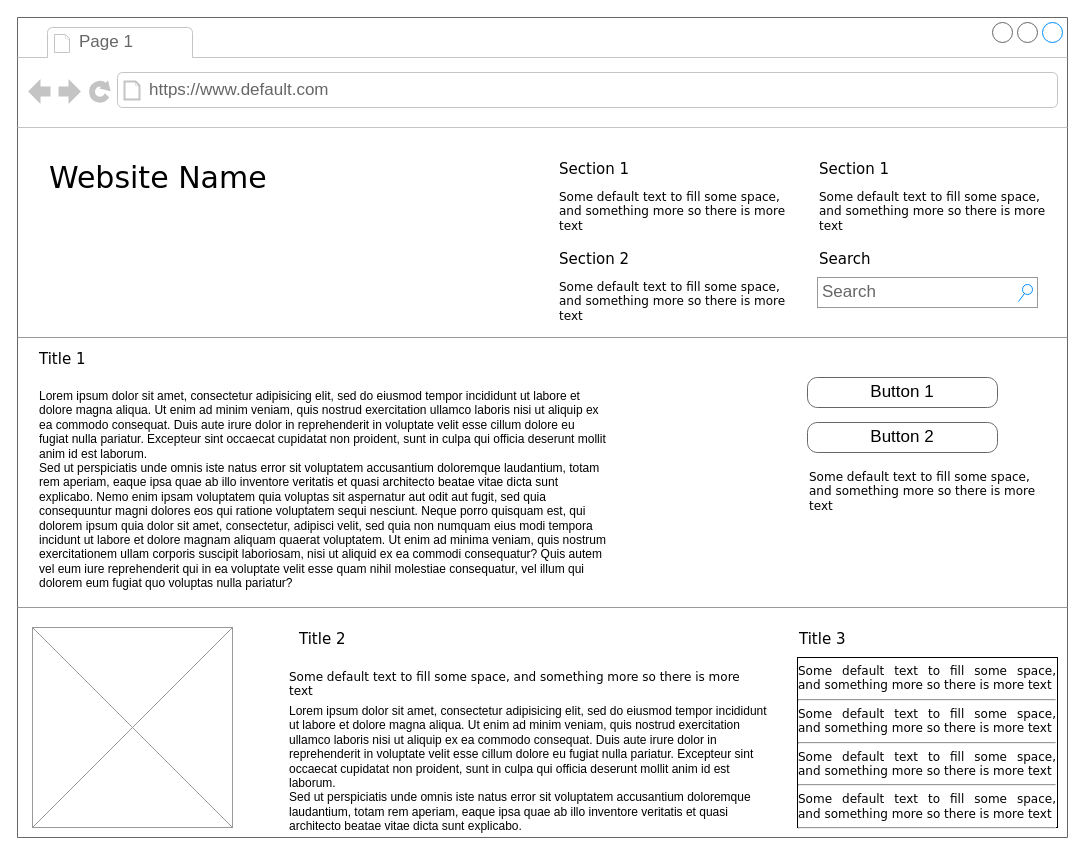
bernatDiaz/artefactos keeps this draw.io diagram as (Medico) Crear Paciente.drawio. Above is the earlier version. Source tidied: cells renumbered, new cells numbered last; positions are measured from the earlier drawing's top-left corner, leaving out a move shared by most shapes. Both pictures are drawn from the tidied source at 100%, with x=0, y=0 at pixel (17, 17).
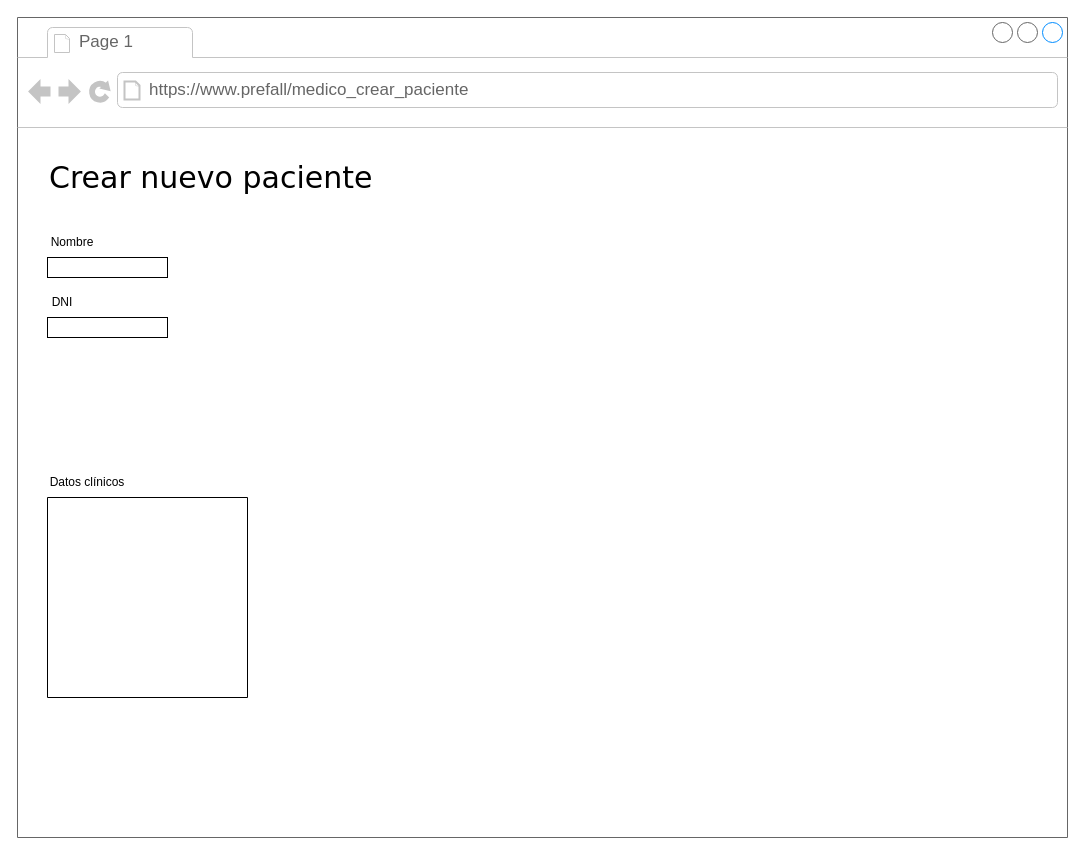
After the change.

The change refers to these unchanged cells:
```xml
<mxCell id="2" style="strokeWidth=1;shadow=0;dashed=0;align=center;html=1;shape=mxgraph.mockup.containers.browserWindow;rSize=0;strokeColor=#666666;mainText=,;rounded=0;labelBackgroundColor=none;fontFamily=Verdana;fontSize=12;" parent="1" vertex="1">
  <mxGeometry width="1050" height="820" as="geometry" />
</mxCell>
```

Diff of the diagram source:
```diff
@@
-    <mxCell id="4" value="https://www.default.com" style="strokeWidth=1;shadow=0;dashed=0;align=center;html=1;shape=mxgraph.mockup.containers.anchor;rSize=0;fontSize=17;fontColor=#666666;align=left;" parent="2" vertex="1">
+    <mxCell id="4" value="https://www.prefall/medico_crear_paciente" style="strokeWidth=1;shadow=0;dashed=0;align=center;html=1;shape=mxgraph.mockup.containers.anchor;rSize=0;fontSize=17;fontColor=#666666;align=left;" parent="2" vertex="1">
       <mxGeometry x="130" y="60" width="250" height="26" as="geometry" />
     </mxCell>
-    <mxCell id="5" value="Website Name" style="text;html=1;align=left;verticalAlign=top;spacingTop=-4;fontSize=30;fontFamily=Verdana;" parent="2" vertex="1">
+    <mxCell id="5" value="Crear nuevo paciente" style="text;html=1;align=left;verticalAlign=top;spacingTop=-4;fontSize=30;fontFamily=Verdana;" parent="2" vertex="1">
       <mxGeometry x="30" y="140" width="340" height="50" as="geometry" />
     </mxCell>
-    <mxCell id="6" value="Section 1" style="text;html=1;align=left;verticalAlign=top;spacingTop=-4;fontSize=15;fontFamily=Verdana;" parent="2" vertex="1">
-      <mxGeometry x="540" y="140" width="170" height="30" as="geometry" />
-    </mxCell>
-    <mxCell id="7" value="Some default text to fill some space, and&amp;nbsp;&lt;span&gt;something more so there is more text&lt;/span&gt;" style="text;html=1;align=left;verticalAlign=top;spacingTop=-4;fontSize=12;fontFamily=Verdana;whiteSpace=wrap;" parent="2" vertex="1">
-      <mxGeometry x="540" y="170" width="240" height="40" as="geometry" />
-    </mxCell>
-    <mxCell id="8" value="Section 2" style="text;html=1;align=left;verticalAlign=top;spacingTop=-4;fontSize=15;fontFamily=Verdana;" parent="2" vertex="1">
-      <mxGeometry x="540" y="230" width="170" height="30" as="geometry" />
-    </mxCell>
-    <mxCell id="9" value="Some default text to fill some space, and&amp;nbsp;&lt;span&gt;something more so there is more text&lt;/span&gt;" style="text;html=1;align=left;verticalAlign=top;spacingTop=-4;fontSize=12;fontFamily=Verdana;whiteSpace=wrap;" parent="2" vertex="1">
-      <mxGeometry x="540" y="260" width="240" height="40" as="geometry" />
-    </mxCell>
-    <mxCell id="10" value="Section 1" style="text;html=1;align=left;verticalAlign=top;spacingTop=-4;fontSize=15;fontFamily=Verdana;" parent="2" vertex="1">
-      <mxGeometry x="800" y="140" width="170" height="30" as="geometry" />
-    </mxCell>
-    <mxCell id="11" value="Some default text to fill some space, and&amp;nbsp;&lt;span&gt;something more so there is more text&lt;/span&gt;" style="text;html=1;align=left;verticalAlign=top;spacingTop=-4;fontSize=12;fontFamily=Verdana;whiteSpace=wrap;" parent="2" vertex="1">
-      <mxGeometry x="800" y="170" width="240" height="40" as="geometry" />
-    </mxCell>
-    <mxCell id="12" value="Search" style="text;html=1;align=left;verticalAlign=top;spacingTop=-4;fontSize=15;fontFamily=Verdana;" parent="2" vertex="1">
-      <mxGeometry x="800" y="230" width="170" height="30" as="geometry" />
-    </mxCell>
-    <mxCell id="13" value="Search" style="strokeWidth=1;shadow=0;dashed=0;align=center;html=1;shape=mxgraph.mockup.forms.searchBox;strokeColor=#999999;mainText=;strokeColor2=#008cff;fontColor=#666666;fontSize=17;align=left;spacingLeft=3;rounded=0;labelBackgroundColor=none;" parent="2" vertex="1">
-      <mxGeometry x="800" y="260" width="220" height="30" as="geometry" />
-    </mxCell>
-    <mxCell id="14" style="verticalLabelPosition=bottom;shadow=0;dashed=0;align=center;html=1;verticalAlign=top;strokeWidth=1;shape=mxgraph.mockup.markup.line;strokeColor=#999999;rounded=0;labelBackgroundColor=none;fillColor=#ffffff;fontFamily=Verdana;fontSize=12;fontColor=#000000;" parent="2" vertex="1">
-      <mxGeometry y="310" width="1050" height="20" as="geometry" />
-    </mxCell>
-    <mxCell id="15" value="Title 1" style="text;html=1;align=left;verticalAlign=top;spacingTop=-4;fontSize=15;fontFamily=Verdana;" parent="2" vertex="1">
-      <mxGeometry x="20" y="330" width="170" height="30" as="geometry" />
-    </mxCell>
-    <mxCell id="16" value="Lorem ipsum dolor sit amet, consectetur adipisicing elit, sed do eiusmod tempor incididunt ut labore et dolore magna aliqua. Ut enim ad minim veniam, quis nostrud exercitation ullamco laboris nisi ut aliquip ex ea commodo consequat. Duis aute irure dolor in reprehenderit in voluptate velit esse cillum dolore eu fugiat nulla pariatur. Excepteur sint occaecat cupidatat non proident, sunt in culpa qui officia deserunt mollit anim id est laborum.&#10;Sed ut perspiciatis unde omnis iste natus error sit voluptatem accusantium doloremque laudantium, totam rem aperiam, eaque ipsa quae ab illo inventore veritatis et quasi architecto beatae vitae dicta sunt explicabo. Nemo enim ipsam voluptatem quia voluptas sit aspernatur aut odit aut fugit, sed quia consequuntur magni dolores eos qui ratione voluptatem sequi nesciunt. Neque porro quisquam est, qui dolorem ipsum quia dolor sit amet, consectetur, adipisci velit, sed quia non numquam eius modi tempora incidunt ut labore et dolore magnam aliquam quaerat voluptatem. Ut enim ad minima veniam, quis nostrum exercitationem ullam corporis suscipit laboriosam, nisi ut aliquid ex ea commodi consequatur? Quis autem vel eum iure reprehenderit qui in ea voluptate velit esse quam nihil molestiae consequatur, vel illum qui dolorem eum fugiat quo voluptas nulla pariatur?" style="text;spacingTop=-5;whiteSpace=wrap;html=1;align=left;fontSize=12;fontFamily=Helvetica;fillColor=none;strokeColor=none;rounded=0;shadow=1;labelBackgroundColor=none;" parent="2" vertex="1">
-      <mxGeometry x="20" y="370" width="570" height="240" as="geometry" />
-    </mxCell>
-    <mxCell id="17" value="Button 1" style="strokeWidth=1;shadow=0;dashed=0;align=center;html=1;shape=mxgraph.mockup.buttons.button;strokeColor=#666666;mainText=;buttonStyle=round;fontSize=17;fontStyle=0;fillColor=none;whiteSpace=wrap;rounded=0;labelBackgroundColor=none;" parent="2" vertex="1">
-      <mxGeometry x="790" y="360" width="190" height="30" as="geometry" />
-    </mxCell>
-    <mxCell id="18" value="Button 2" style="strokeWidth=1;shadow=0;dashed=0;align=center;html=1;shape=mxgraph.mockup.buttons.button;strokeColor=#666666;mainText=;buttonStyle=round;fontSize=17;fontStyle=0;fillColor=none;whiteSpace=wrap;rounded=0;labelBackgroundColor=none;" parent="2" vertex="1">
-      <mxGeometry x="790" y="405" width="190" height="30" as="geometry" />
-    </mxCell>
-    <mxCell id="19" value="Some default text to fill some space, and&amp;nbsp;&lt;span&gt;something more so there is more text&lt;/span&gt;" style="text;html=1;align=left;verticalAlign=top;spacingTop=-4;fontSize=12;fontFamily=Verdana;whiteSpace=wrap;" parent="2" vertex="1">
-      <mxGeometry x="790" y="450" width="240" height="40" as="geometry" />
-    </mxCell>
-    <mxCell id="20" style="verticalLabelPosition=bottom;shadow=0;dashed=0;align=center;html=1;verticalAlign=top;strokeWidth=1;shape=mxgraph.mockup.markup.line;strokeColor=#999999;rounded=0;labelBackgroundColor=none;fillColor=#ffffff;fontFamily=Verdana;fontSize=12;fontColor=#000000;" parent="2" vertex="1">
-      <mxGeometry y="580" width="1050" height="20" as="geometry" />
-    </mxCell>
-    <mxCell id="21" style="verticalLabelPosition=bottom;shadow=0;dashed=0;align=center;html=1;verticalAlign=top;strokeWidth=1;shape=mxgraph.mockup.graphics.simpleIcon;strokeColor=#999999;fillColor=#ffffff;rounded=0;labelBackgroundColor=none;fontFamily=Verdana;fontSize=12;fontColor=#000000;" parent="2" vertex="1">
-      <mxGeometry x="15" y="610" width="200" height="200" as="geometry" />
-    </mxCell>
-    <mxCell id="22" value="Title 2" style="text;html=1;align=left;verticalAlign=top;spacingTop=-4;fontSize=15;fontFamily=Verdana;" parent="2" vertex="1">
-      <mxGeometry x="280" y="610" width="170" height="30" as="geometry" />
-    </mxCell>
-    <mxCell id="23" value="Title 3" style="text;html=1;align=left;verticalAlign=top;spacingTop=-4;fontSize=15;fontFamily=Verdana;" parent="2" vertex="1">
-      <mxGeometry x="780" y="610" width="170" height="30" as="geometry" />
-    </mxCell>
-    <mxCell id="24" value="&lt;div style=&quot;text-align: justify&quot;&gt;&lt;span&gt;Some default text to fill some space, and&amp;nbsp;&lt;/span&gt;&lt;span&gt;something more so there is more text&lt;/span&gt;&lt;/div&gt;&lt;div style=&quot;text-align: justify&quot;&gt;&lt;hr id=&quot;null&quot; style=&quot;text-align: justify&quot;&gt;&lt;span&gt;&lt;div style=&quot;text-align: justify&quot;&gt;&lt;span&gt;Some default text to fill some space, and&amp;nbsp;&lt;/span&gt;&lt;span&gt;something more so there is more text&lt;/span&gt;&lt;/div&gt;&lt;/span&gt;&lt;/div&gt;&lt;hr id=&quot;null&quot; style=&quot;text-align: justify&quot;&gt;&lt;span&gt;&lt;div style=&quot;text-align: justify&quot;&gt;&lt;span&gt;Some default text to fill some space, and&amp;nbsp;&lt;/span&gt;&lt;span&gt;something more so there is more text&lt;/span&gt;&lt;/div&gt;&lt;/span&gt;&lt;hr id=&quot;null&quot; style=&quot;text-align: justify&quot;&gt;&lt;span&gt;&lt;div style=&quot;text-align: justify&quot;&gt;&lt;span&gt;Some default text to fill some space, and&amp;nbsp;&lt;/span&gt;&lt;span&gt;something more so there is more text&lt;/span&gt;&lt;/div&gt;&lt;/span&gt;&lt;hr id=&quot;null&quot; style=&quot;text-align: left&quot;&gt;" style="whiteSpace=wrap;html=1;rounded=0;shadow=0;labelBackgroundColor=none;strokeWidth=1;fontFamily=Verdana;fontSize=12;align=center;verticalAlign=top;" parent="2" vertex="1">
-      <mxGeometry x="780" y="640" width="260" height="170" as="geometry" />
-    </mxCell>
-    <mxCell id="25" value="Some default text to fill some space, and&amp;nbsp;&lt;span&gt;something more so there is more text&lt;/span&gt;" style="text;html=1;align=left;verticalAlign=top;spacingTop=-4;fontSize=12;fontFamily=Verdana;whiteSpace=wrap;" parent="2" vertex="1">
-      <mxGeometry x="270" y="650" width="470" height="40" as="geometry" />
-    </mxCell>
-    <mxCell id="26" value="Lorem ipsum dolor sit amet, consectetur adipisicing elit, sed do eiusmod tempor incididunt ut labore et dolore magna aliqua. Ut enim ad minim veniam, quis nostrud exercitation ullamco laboris nisi ut aliquip ex ea commodo consequat. Duis aute irure dolor in reprehenderit in voluptate velit esse cillum dolore eu fugiat nulla pariatur. Excepteur sint occaecat cupidatat non proident, sunt in culpa qui officia deserunt mollit anim id est laborum.&lt;br&gt;Sed ut perspiciatis unde omnis iste natus error sit voluptatem accusantium doloremque laudantium, totam rem aperiam, eaque ipsa quae ab illo inventore veritatis et quasi architecto beatae vitae dicta sunt explicabo.&amp;nbsp;" style="text;spacingTop=-5;whiteSpace=wrap;html=1;align=left;fontSize=12;fontFamily=Helvetica;fillColor=none;strokeColor=none;rounded=0;shadow=1;labelBackgroundColor=none;" parent="1" vertex="1">
-      <mxGeometry x="270" y="685" width="490" height="125" as="geometry" />
-    </mxCell>
+    <mxCell id="27" value="Nombre" style="text;html=1;strokeColor=none;fillColor=none;align=center;verticalAlign=middle;whiteSpace=wrap;rounded=0;" parent="2" vertex="1">
+      <mxGeometry x="30" y="210" width="50" height="30" as="geometry" />
+    </mxCell>
+    <mxCell id="28" style="rounded=0;whiteSpace=wrap;html=1;" parent="2" vertex="1">
+      <mxGeometry x="30" y="240" width="120" height="20" as="geometry" />
+    </mxCell>
+    <mxCell id="29" value="DNI" style="text;html=1;strokeColor=none;fillColor=none;align=center;verticalAlign=middle;whiteSpace=wrap;rounded=0;" parent="2" vertex="1">
+      <mxGeometry x="30" y="270" width="30" height="30" as="geometry" />
+    </mxCell>
+    <mxCell id="30" style="rounded=0;whiteSpace=wrap;html=1;" parent="2" vertex="1">
+      <mxGeometry x="30" y="300" width="120" height="20" as="geometry" />
+    </mxCell>
+    <mxCell id="31" value="Datos clínicos" style="text;html=1;strokeColor=none;fillColor=none;align=center;verticalAlign=middle;whiteSpace=wrap;rounded=0;" parent="2" vertex="1">
+      <mxGeometry x="30" y="450" width="80" height="30" as="geometry" />
+    </mxCell>
+    <mxCell id="32" style="swimlane;startSize=0;" parent="2" vertex="1">
+      <mxGeometry x="30" y="480" width="200" height="200" as="geometry" />
+    </mxCell>
```
